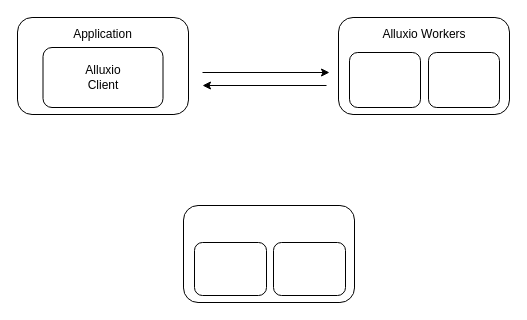
This is alluxio FreeWorker.drawio from YichuanSun/blog_picture, a draw.io file, before an edit. Source tidied: cells renumbered, new cells numbered last; positions are measured from the earlier drawing's top-left corner, leaving out a move shared by most shapes. Both pictures are drawn from the tidied source at 100%, with x=0, y=0 at pixel (17, 17).
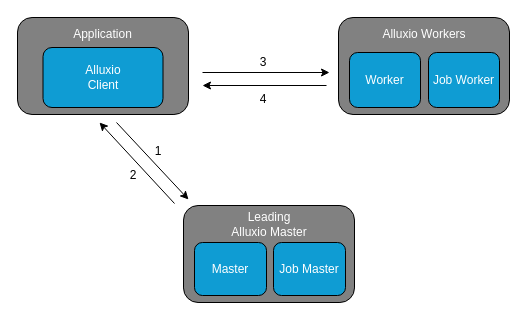
The same page after the edit.

Diff of the diagram source:
```diff
@@
-    <mxCell id="2" style="rounded=1;whiteSpace=wrap;html=1;" parent="1" vertex="1">
+    <mxCell id="2" style="rounded=1;whiteSpace=wrap;html=1;fillColor=#818181;" parent="1" vertex="1">
       <mxGeometry width="171" height="97" as="geometry" />
     </mxCell>
-    <mxCell id="3" style="rounded=1;whiteSpace=wrap;html=1;" parent="1" vertex="1">
+    <mxCell id="3" style="rounded=1;whiteSpace=wrap;html=1;fillColor=#818181;" parent="1" vertex="1">
       <mxGeometry x="166" y="188" width="171" height="97" as="geometry" />
     </mxCell>
-    <mxCell id="4" style="rounded=1;whiteSpace=wrap;html=1;" parent="1" vertex="1">
+    <mxCell id="4" style="rounded=1;whiteSpace=wrap;html=1;fillColor=#818181;" parent="1" vertex="1">
       <mxGeometry x="321" width="171" height="97" as="geometry" />
     </mxCell>
@@
-    <mxCell id="7" style="rounded=1;whiteSpace=wrap;html=1;" parent="1" vertex="1">
+    <mxCell id="7" style="rounded=1;whiteSpace=wrap;html=1;fillColor=#0f9cd3;" parent="1" vertex="1">
       <mxGeometry x="25.5" y="30" width="120" height="60" as="geometry" />
     </mxCell>
-    <mxCell id="8" style="rounded=1;whiteSpace=wrap;html=1;" parent="1" vertex="1">
+    <mxCell id="8" value="Worker" style="rounded=1;whiteSpace=wrap;html=1;fillColor=#0F9CD3;fontColor=#FFFFFF;" parent="1" vertex="1">
       <mxGeometry x="332" y="35" width="71" height="55" as="geometry" />
     </mxCell>
-    <mxCell id="9" style="rounded=1;whiteSpace=wrap;html=1;" parent="1" vertex="1">
+    <mxCell id="9" value="Job Worker" style="rounded=1;whiteSpace=wrap;html=1;fillColor=#0F9CD3;fontColor=#FFFFFF;" parent="1" vertex="1">
       <mxGeometry x="411" y="35" width="71" height="55" as="geometry" />
     </mxCell>
-    <mxCell id="10" style="rounded=1;whiteSpace=wrap;html=1;" parent="1" vertex="1">
+    <mxCell id="10" value="&lt;font color=&quot;#ffffff&quot;&gt;Job Master&lt;/font&gt;" style="rounded=1;whiteSpace=wrap;html=1;fillColor=#0F9CD3;" parent="1" vertex="1">
       <mxGeometry x="256" y="225" width="72" height="53" as="geometry" />
     </mxCell>
-    <mxCell id="11" style="rounded=1;whiteSpace=wrap;html=1;" parent="1" vertex="1">
+    <mxCell id="11" value="&lt;font color=&quot;#ffffff&quot;&gt;Master&lt;/font&gt;" style="rounded=1;whiteSpace=wrap;html=1;fillColor=#0F9CD3;" parent="1" vertex="1">
       <mxGeometry x="177" y="225" width="72" height="53" as="geometry" />
     </mxCell>
-    <mxCell id="12" value="Application" style="text;html=1;strokeColor=none;fillColor=none;align=center;verticalAlign=middle;whiteSpace=wrap;rounded=0;" parent="1" vertex="1">
+    <mxCell id="12" value="Application" style="text;html=1;align=center;verticalAlign=middle;whiteSpace=wrap;rounded=0;fontColor=#FFFFFF;" parent="1" vertex="1">
       <mxGeometry x="47.2" y="4" width="76.5" height="26" as="geometry" />
     </mxCell>
-    <mxCell id="13" value="Alluxio Client" style="text;html=1;strokeColor=none;fillColor=none;align=center;verticalAlign=middle;whiteSpace=wrap;rounded=0;" parent="1" vertex="1">
+    <mxCell id="13" value="Alluxio Client" style="text;html=1;strokeColor=none;fillColor=none;align=center;verticalAlign=middle;whiteSpace=wrap;rounded=0;fontColor=#FFFFFF;" parent="1" vertex="1">
       <mxGeometry x="56" y="45" width="60" height="30" as="geometry" />
     </mxCell>
-    <mxCell id="14" value="Alluxio Workers" style="text;html=1;strokeColor=none;fillColor=none;align=center;verticalAlign=middle;whiteSpace=wrap;rounded=0;" parent="1" vertex="1">
+    <mxCell id="14" value="Alluxio Workers" style="text;html=1;strokeColor=none;fillColor=none;align=center;verticalAlign=middle;whiteSpace=wrap;rounded=0;fontColor=#FFFFFF;" parent="1" vertex="1">
       <mxGeometry x="359.5" y="2" width="94" height="30" as="geometry" />
     </mxCell>
+    <mxCell id="15" value="Leading Alluxio Master" style="text;html=1;strokeColor=none;fillColor=none;align=center;verticalAlign=middle;whiteSpace=wrap;rounded=0;fontColor=#FFFFFF;" parent="1" vertex="1">
+      <mxGeometry x="210.8" y="192" width="81.5" height="30" as="geometry" />
+    </mxCell>
+    <mxCell id="16" style="endArrow=classic;html=1;rounded=0;" parent="1" edge="1">
+      <mxGeometry relative="1" as="geometry">
+        <mxPoint x="157" y="186" as="sourcePoint" />
+        <mxPoint x="82" y="105" as="targetPoint" />
+      </mxGeometry>
+    </mxCell>
+    <mxCell id="17" style="endArrow=classic;html=1;rounded=0;" parent="1" edge="1">
+      <mxGeometry relative="1" as="geometry">
+        <mxPoint x="99" y="105" as="sourcePoint" />
+        <mxPoint x="171" y="182" as="targetPoint" />
+      </mxGeometry>
+    </mxCell>
+    <mxCell id="18" value="2" style="text;html=1;strokeColor=none;fillColor=none;align=center;verticalAlign=middle;whiteSpace=wrap;rounded=0;fontColor=#000000;" parent="1" vertex="1">
+      <mxGeometry x="85.5" y="143" width="60" height="30" as="geometry" />
+    </mxCell>
+    <mxCell id="19" value="1" style="text;html=1;strokeColor=none;fillColor=none;align=center;verticalAlign=middle;whiteSpace=wrap;rounded=0;fontColor=#000000;" parent="1" vertex="1">
+      <mxGeometry x="111" y="119" width="60" height="30" as="geometry" />
+    </mxCell>
+    <mxCell id="20" value="3" style="text;html=1;strokeColor=none;fillColor=none;align=center;verticalAlign=middle;whiteSpace=wrap;rounded=0;fontColor=#000000;" parent="1" vertex="1">
+      <mxGeometry x="216" y="30" width="60" height="30" as="geometry" />
+    </mxCell>
+    <mxCell id="21" value="4" style="text;html=1;strokeColor=none;fillColor=none;align=center;verticalAlign=middle;whiteSpace=wrap;rounded=0;fontColor=#000000;" parent="1" vertex="1">
+      <mxGeometry x="216" y="67" width="60" height="30" as="geometry" />
+    </mxCell>
```
